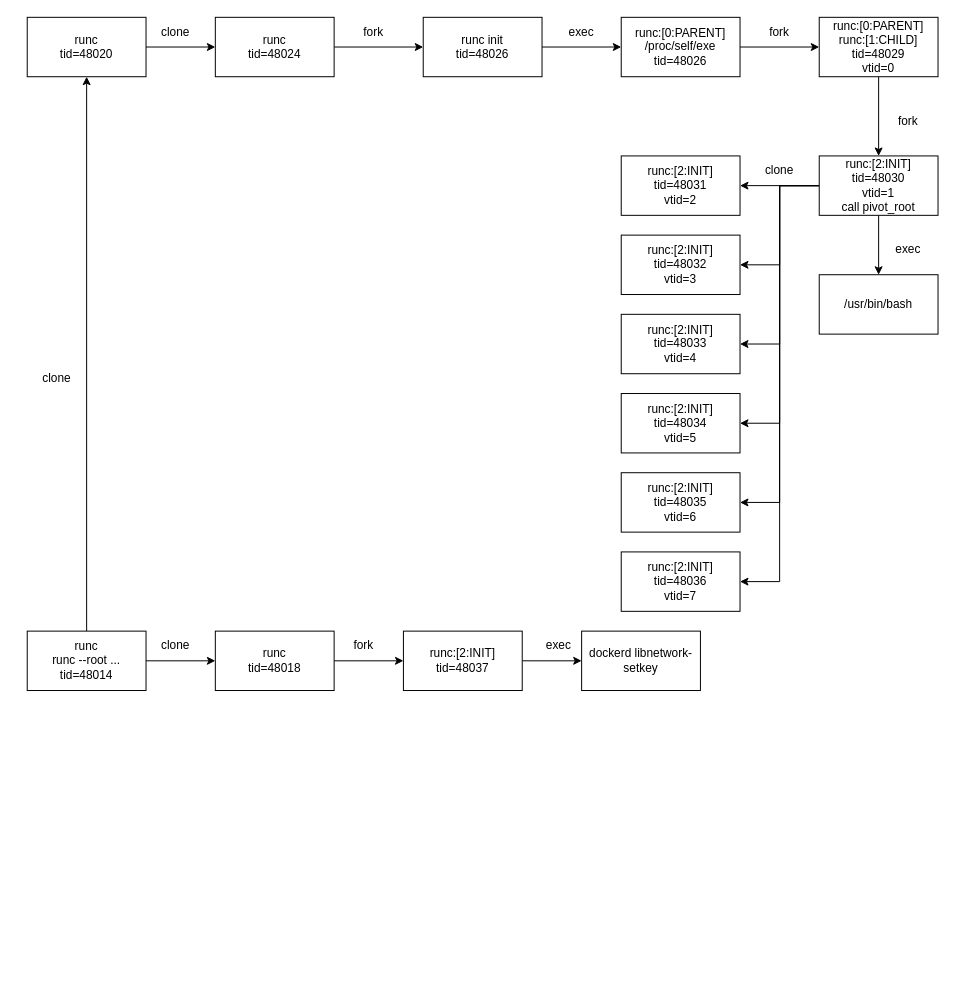
Above: 20211222/docker_run-runc.drawio in SericaLaw/images (draw.io), before the change. Source tidied: cells renumbered, new cells numbered last; positions are measured from the earlier drawing's top-left corner, leaving out a move shared by most shapes. Both pictures are drawn from the tidied source at 99%, with x=0, y=0 at pixel (27, 17).
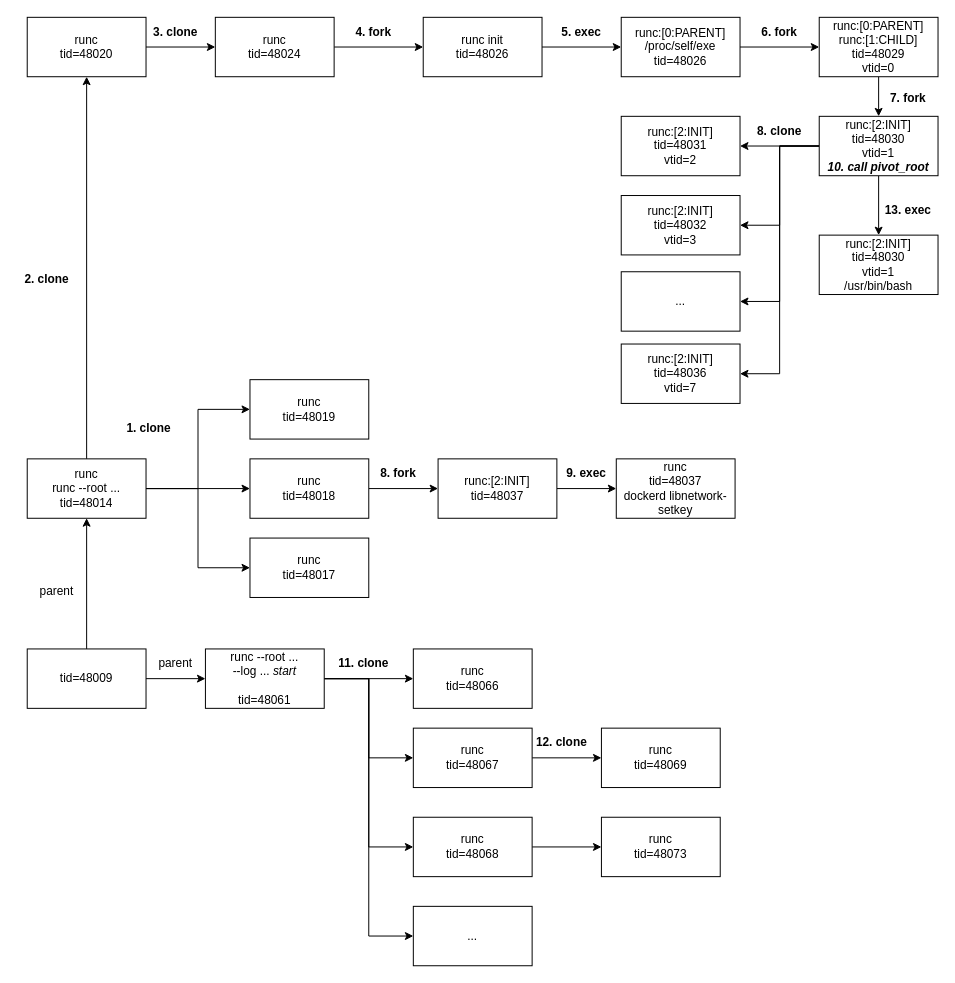
Above is the later version.

The edit, as a diff of the source:
```diff
@@
-    <mxCell id="6" value="fork" style="text;html=1;strokeColor=none;fillColor=none;align=center;verticalAlign=middle;whiteSpace=wrap;rounded=0;" parent="1" vertex="1">
+    <mxCell id="6" value="&lt;b&gt;4. fork&lt;/b&gt;" style="text;html=1;strokeColor=none;fillColor=none;align=center;verticalAlign=middle;whiteSpace=wrap;rounded=0;" parent="1" vertex="1">
       <mxGeometry x="320" width="60" height="30" as="geometry" />
     </mxCell>
@@
-    <mxCell id="13" style="edgeStyle=orthogonalEdgeStyle;rounded=0;jettySize=auto;html=1;exitX=0;exitY=0.5;exitDx=0;exitDy=0;entryX=1;entryY=0.5;entryDx=0;entryDy=0;" parent="1" edge="1" source="16" target="29">
-      <mxGeometry relative="1" as="geometry" />
-    </mxCell>
-    <mxCell id="14" style="edgeStyle=orthogonalEdgeStyle;rounded=0;jettySize=auto;html=1;exitX=0;exitY=0.5;exitDx=0;exitDy=0;entryX=1;entryY=0.5;entryDx=0;entryDy=0;" parent="1" edge="1" source="16" target="30">
-      <mxGeometry relative="1" as="geometry" />
-    </mxCell>
@@
-    <mxCell id="16" value="&lt;div class=&quot;okr-block-clipboard&quot;&gt;&lt;/div&gt;&lt;div&gt;&lt;div class=&quot;okr-block-clipboard&quot;&gt;&lt;/div&gt;&lt;div&gt;runc:[2:INIT]&lt;/div&gt;&lt;/div&gt;tid=&lt;span&gt;48030&lt;br&gt;vtid=1&lt;br&gt;call pivot_root&lt;br&gt;&lt;/span&gt;&lt;div class=&quot;okr-block-clipboard&quot;&gt;&lt;/div&gt;" style="rounded=0;whiteSpace=wrap;html=1;" parent="1" vertex="1">
-      <mxGeometry x="800" y="140" width="120" height="60" as="geometry" />
+    <mxCell id="16" value="&lt;div class=&quot;okr-block-clipboard&quot;&gt;&lt;/div&gt;&lt;div&gt;&lt;div class=&quot;okr-block-clipboard&quot;&gt;&lt;/div&gt;&lt;div&gt;runc:[2:INIT]&lt;/div&gt;&lt;/div&gt;tid=&lt;span&gt;48030&lt;br&gt;vtid=1&lt;br&gt;&lt;b&gt;&lt;i&gt;10. call pivot_root&lt;/i&gt;&lt;/b&gt;&lt;br&gt;&lt;/span&gt;&lt;div class=&quot;okr-block-clipboard&quot;&gt;&lt;/div&gt;" style="rounded=0;whiteSpace=wrap;html=1;" parent="1" vertex="1">
+      <mxGeometry x="800" y="100" width="120" height="60" as="geometry" />
     </mxCell>
@@
-    <mxCell id="21" value="exec" style="text;html=1;strokeColor=none;fillColor=none;align=center;verticalAlign=middle;whiteSpace=wrap;rounded=0;" parent="1" vertex="1">
+    <mxCell id="21" value="&lt;b&gt;5. exec&lt;/b&gt;" style="text;html=1;strokeColor=none;fillColor=none;align=center;verticalAlign=middle;whiteSpace=wrap;rounded=0;" parent="1" vertex="1">
       <mxGeometry x="530" width="60" height="30" as="geometry" />
     </mxCell>
-    <mxCell id="22" value="clone" style="text;html=1;strokeColor=none;fillColor=none;align=center;verticalAlign=middle;whiteSpace=wrap;rounded=0;" parent="1" vertex="1">
+    <mxCell id="22" value="&lt;b&gt;3. clone&lt;/b&gt;" style="text;html=1;strokeColor=none;fillColor=none;align=center;verticalAlign=middle;whiteSpace=wrap;rounded=0;" parent="1" vertex="1">
       <mxGeometry x="120" width="60" height="30" as="geometry" />
     </mxCell>
-    <mxCell id="23" value="fork" style="text;html=1;strokeColor=none;fillColor=none;align=center;verticalAlign=middle;whiteSpace=wrap;rounded=0;" parent="1" vertex="1">
+    <mxCell id="23" value="&lt;b&gt;6. fork&lt;/b&gt;" style="text;html=1;strokeColor=none;fillColor=none;align=center;verticalAlign=middle;whiteSpace=wrap;rounded=0;" parent="1" vertex="1">
       <mxGeometry x="730" width="60" height="30" as="geometry" />
     </mxCell>
-    <mxCell id="24" value="fork" style="text;html=1;strokeColor=none;fillColor=none;align=center;verticalAlign=middle;whiteSpace=wrap;rounded=0;" parent="1" vertex="1">
-      <mxGeometry x="860" y="90" width="60" height="30" as="geometry" />
+    <mxCell id="24" value="&lt;b&gt;7. fork&lt;/b&gt;" style="text;html=1;strokeColor=none;fillColor=none;align=center;verticalAlign=middle;whiteSpace=wrap;rounded=0;" parent="1" vertex="1">
+      <mxGeometry x="860" y="67" width="60" height="30" as="geometry" />
     </mxCell>
     <mxCell id="25" value="&lt;div class=&quot;okr-block-clipboard&quot;&gt;&lt;/div&gt;&lt;div&gt;&lt;div class=&quot;okr-block-clipboard&quot;&gt;&lt;/div&gt;&lt;div&gt;runc:[2:INIT]&lt;/div&gt;&lt;/div&gt;tid=&lt;span&gt;48031&lt;br&gt;vtid=2&lt;br&gt;&lt;/span&gt;&lt;div class=&quot;okr-block-clipboard&quot;&gt;&lt;/div&gt;" style="rounded=0;whiteSpace=wrap;html=1;" parent="1" vertex="1">
-      <mxGeometry x="600" y="140" width="120" height="60" as="geometry" />
+      <mxGeometry x="600" y="100" width="120" height="60" as="geometry" />
     </mxCell>
-    <mxCell id="26" value="clone" style="text;html=1;strokeColor=none;fillColor=none;align=center;verticalAlign=middle;whiteSpace=wrap;rounded=0;" parent="1" vertex="1">
-      <mxGeometry x="730" y="140" width="60" height="30" as="geometry" />
+    <mxCell id="26" value="&lt;b&gt;8. clone&lt;/b&gt;" style="text;html=1;strokeColor=none;fillColor=none;align=center;verticalAlign=middle;whiteSpace=wrap;rounded=0;" parent="1" vertex="1">
+      <mxGeometry x="730" y="100" width="60" height="30" as="geometry" />
     </mxCell>
     <mxCell id="27" value="&lt;div class=&quot;okr-block-clipboard&quot;&gt;&lt;/div&gt;&lt;div&gt;&lt;div class=&quot;okr-block-clipboard&quot;&gt;&lt;/div&gt;&lt;div&gt;runc:[2:INIT]&lt;/div&gt;&lt;/div&gt;tid=&lt;span&gt;48032&lt;br&gt;vtid=3&lt;br&gt;&lt;/span&gt;&lt;div class=&quot;okr-block-clipboard&quot;&gt;&lt;/div&gt;" style="rounded=0;whiteSpace=wrap;html=1;" parent="1" vertex="1">
-      <mxGeometry x="600" y="220" width="120" height="60" as="geometry" />
+      <mxGeometry x="600" y="180" width="120" height="60" as="geometry" />
     </mxCell>
-    <mxCell id="28" value="&lt;div class=&quot;okr-block-clipboard&quot;&gt;&lt;/div&gt;&lt;div&gt;&lt;div class=&quot;okr-block-clipboard&quot;&gt;&lt;/div&gt;&lt;div&gt;runc:[2:INIT]&lt;/div&gt;&lt;/div&gt;tid=&lt;span&gt;48033&lt;br&gt;vtid=4&lt;br&gt;&lt;/span&gt;&lt;div class=&quot;okr-block-clipboard&quot;&gt;&lt;/div&gt;" style="rounded=0;whiteSpace=wrap;html=1;" parent="1" vertex="1">
-      <mxGeometry x="600" y="300" width="120" height="60" as="geometry" />
+    <mxCell id="28" value="&lt;div class=&quot;okr-block-clipboard&quot;&gt;&lt;/div&gt;&lt;div&gt;&lt;div class=&quot;okr-block-clipboard&quot;&gt;&lt;/div&gt;&lt;div&gt;&lt;/div&gt;&lt;/div&gt;&lt;span&gt;...&lt;br&gt;&lt;/span&gt;&lt;div class=&quot;okr-block-clipboard&quot;&gt;&lt;/div&gt;" style="rounded=0;whiteSpace=wrap;html=1;" parent="1" vertex="1">
+      <mxGeometry x="600" y="257" width="120" height="60" as="geometry" />
     </mxCell>
-    <mxCell id="29" value="&lt;div class=&quot;okr-block-clipboard&quot;&gt;&lt;/div&gt;&lt;div&gt;&lt;div class=&quot;okr-block-clipboard&quot;&gt;&lt;/div&gt;&lt;div&gt;runc:[2:INIT]&lt;/div&gt;&lt;/div&gt;tid=&lt;span&gt;48034&lt;br&gt;vtid=5&lt;br&gt;&lt;/span&gt;&lt;div class=&quot;okr-block-clipboard&quot;&gt;&lt;/div&gt;" style="rounded=0;whiteSpace=wrap;html=1;" parent="1" vertex="1">
-      <mxGeometry x="600" y="380" width="120" height="60" as="geometry" />
-    </mxCell>
-    <mxCell id="30" value="&lt;div class=&quot;okr-block-clipboard&quot;&gt;&lt;/div&gt;&lt;div&gt;&lt;div class=&quot;okr-block-clipboard&quot;&gt;&lt;/div&gt;&lt;div&gt;runc:[2:INIT]&lt;/div&gt;&lt;/div&gt;tid=&lt;span&gt;48035&lt;br&gt;vtid=6&lt;br&gt;&lt;/span&gt;&lt;div class=&quot;okr-block-clipboard&quot;&gt;&lt;/div&gt;" style="rounded=0;whiteSpace=wrap;html=1;" parent="1" vertex="1">
-      <mxGeometry x="600" y="460" width="120" height="60" as="geometry" />
-    </mxCell>
     <mxCell id="31" value="&lt;div class=&quot;okr-block-clipboard&quot;&gt;&lt;/div&gt;&lt;div&gt;&lt;div class=&quot;okr-block-clipboard&quot;&gt;&lt;/div&gt;&lt;div&gt;runc:[2:INIT]&lt;/div&gt;&lt;/div&gt;tid=&lt;span&gt;48036&lt;br&gt;vtid=7&lt;br&gt;&lt;/span&gt;&lt;div class=&quot;okr-block-clipboard&quot;&gt;&lt;/div&gt;" style="rounded=0;whiteSpace=wrap;html=1;" parent="1" vertex="1">
-      <mxGeometry x="600" y="540" width="120" height="60" as="geometry" />
+      <mxGeometry x="600" y="330" width="120" height="60" as="geometry" />
     </mxCell>
@@
     <mxCell id="33" value="&lt;div class=&quot;okr-block-clipboard&quot;&gt;&lt;/div&gt;&lt;div&gt;&lt;div class=&quot;okr-block-clipboard&quot;&gt;&lt;/div&gt;&lt;div&gt;runc:[2:INIT]&lt;/div&gt;&lt;/div&gt;tid=&lt;span&gt;48037&lt;br&gt;&lt;/span&gt;&lt;div class=&quot;okr-block-clipboard&quot;&gt;&lt;/div&gt;" style="rounded=0;whiteSpace=wrap;html=1;" parent="1" vertex="1">
-      <mxGeometry x="380" y="620" width="120" height="60" as="geometry" />
+      <mxGeometry x="415" y="446" width="120" height="60" as="geometry" />
     </mxCell>
-    <mxCell id="34" value="dockerd libnetwork-setkey" style="rounded=0;whiteSpace=wrap;html=1;" parent="1" vertex="1">
-      <mxGeometry x="560" y="620" width="120" height="60" as="geometry" />
+    <mxCell id="34" value="&lt;div&gt;runc&lt;/div&gt;tid=48037&lt;br&gt;dockerd libnetwork-setkey" style="rounded=0;whiteSpace=wrap;html=1;" parent="1" vertex="1">
+      <mxGeometry x="595" y="446" width="120" height="60" as="geometry" />
     </mxCell>
-    <mxCell id="35" value="exec" style="text;html=1;strokeColor=none;fillColor=none;align=center;verticalAlign=middle;whiteSpace=wrap;rounded=0;" parent="1" vertex="1">
-      <mxGeometry x="507" y="620" width="60" height="30" as="geometry" />
+    <mxCell id="35" value="&lt;b&gt;9. exec&lt;/b&gt;" style="text;html=1;strokeColor=none;fillColor=none;align=center;verticalAlign=middle;whiteSpace=wrap;rounded=0;" parent="1" vertex="1">
+      <mxGeometry x="535" y="446" width="60" height="30" as="geometry" />
     </mxCell>
@@
     <mxCell id="37" value="&lt;div class=&quot;okr-block-clipboard&quot;&gt;&lt;/div&gt;&lt;div&gt;&lt;div class=&quot;okr-block-clipboard&quot;&gt;&lt;/div&gt;&lt;div&gt;runc&lt;/div&gt;&lt;/div&gt;tid=&lt;span&gt;48018&lt;br&gt;&lt;/span&gt;&lt;div class=&quot;okr-block-clipboard&quot;&gt;&lt;/div&gt;" style="rounded=0;whiteSpace=wrap;html=1;" parent="1" vertex="1">
-      <mxGeometry x="190" y="620" width="120" height="60" as="geometry" />
+      <mxGeometry x="225" y="446" width="120" height="60" as="geometry" />
     </mxCell>
-    <mxCell id="38" value="fork" style="text;html=1;strokeColor=none;fillColor=none;align=center;verticalAlign=middle;whiteSpace=wrap;rounded=0;" parent="1" vertex="1">
-      <mxGeometry x="310" y="620" width="60" height="30" as="geometry" />
+    <mxCell id="38" value="&lt;b&gt;8. fork&lt;/b&gt;" style="text;html=1;strokeColor=none;fillColor=none;align=center;verticalAlign=middle;whiteSpace=wrap;rounded=0;" parent="1" vertex="1">
+      <mxGeometry x="345" y="446" width="60" height="30" as="geometry" />
     </mxCell>
-    <mxCell id="39" value="/usr/bin/bash" style="rounded=0;whiteSpace=wrap;html=1;" parent="1" vertex="1">
-      <mxGeometry x="800" y="260" width="120" height="60" as="geometry" />
+    <mxCell id="39" value="&lt;div&gt;runc:[2:INIT]&lt;/div&gt;tid=48030&lt;br&gt;vtid=1&lt;br&gt;/usr/bin/bash" style="rounded=0;whiteSpace=wrap;html=1;" parent="1" vertex="1">
+      <mxGeometry x="800" y="220" width="120" height="60" as="geometry" />
     </mxCell>
-    <mxCell id="40" value="exec" style="text;html=1;strokeColor=none;fillColor=none;align=center;verticalAlign=middle;whiteSpace=wrap;rounded=0;" parent="1" vertex="1">
-      <mxGeometry x="860" y="220" width="60" height="30" as="geometry" />
+    <mxCell id="40" value="&lt;b&gt;13. exec&lt;/b&gt;" style="text;html=1;strokeColor=none;fillColor=none;align=center;verticalAlign=middle;whiteSpace=wrap;rounded=0;" parent="1" vertex="1">
+      <mxGeometry x="860" y="180" width="60" height="30" as="geometry" />
     </mxCell>
@@
+    <mxCell id="46" style="edgeStyle=orthogonalEdgeStyle;rounded=0;jettySize=auto;html=1;exitX=1;exitY=0.5;exitDx=0;exitDy=0;entryX=0;entryY=0.5;entryDx=0;entryDy=0;" parent="1" edge="1" source="43" target="49">
+      <mxGeometry relative="1" as="geometry" />
+    </mxCell>
+    <mxCell id="47" style="edgeStyle=orthogonalEdgeStyle;rounded=0;jettySize=auto;html=1;exitX=1;exitY=0.5;exitDx=0;exitDy=0;entryX=0;entryY=0.5;entryDx=0;entryDy=0;" parent="1" edge="1" source="43" target="48">
+      <mxGeometry relative="1" as="geometry" />
+    </mxCell>
     <mxCell id="43" value="&lt;div class=&quot;okr-block-clipboard&quot;&gt;&lt;/div&gt;&lt;div&gt;&lt;div class=&quot;okr-block-clipboard&quot;&gt;&lt;/div&gt;&lt;div&gt;runc&lt;/div&gt;&lt;/div&gt;&lt;div&gt;runc --root ...&lt;/div&gt;tid=&lt;span&gt;48014&lt;br&gt;&lt;/span&gt;&lt;div class=&quot;okr-block-clipboard&quot;&gt;&lt;/div&gt;" style="rounded=0;whiteSpace=wrap;html=1;" parent="1" vertex="1">
-      <mxGeometry y="620" width="120" height="60" as="geometry" />
+      <mxGeometry y="446" width="120" height="60" as="geometry" />
     </mxCell>
-    <mxCell id="44" value="clone" style="text;html=1;strokeColor=none;fillColor=none;align=center;verticalAlign=middle;whiteSpace=wrap;rounded=0;" parent="1" vertex="1">
-      <mxGeometry x="120" y="620" width="60" height="30" as="geometry" />
+    <mxCell id="44" value="&lt;b&gt;1. clone&lt;/b&gt;" style="text;html=1;strokeColor=none;fillColor=none;align=center;verticalAlign=middle;whiteSpace=wrap;rounded=0;" parent="1" vertex="1">
+      <mxGeometry x="93" y="400" width="60" height="30" as="geometry" />
     </mxCell>
-    <mxCell id="45" value="clone" style="text;html=1;strokeColor=none;fillColor=none;align=center;verticalAlign=middle;whiteSpace=wrap;rounded=0;" parent="1" vertex="1">
-      <mxGeometry y="350" width="60" height="30" as="geometry" />
+    <mxCell id="45" value="&lt;b&gt;2. clone&lt;/b&gt;" style="text;html=1;strokeColor=none;fillColor=none;align=center;verticalAlign=middle;whiteSpace=wrap;rounded=0;" parent="1" vertex="1">
+      <mxGeometry x="-10" y="250" width="60" height="30" as="geometry" />
     </mxCell>
+    <mxCell id="48" value="&lt;div class=&quot;okr-block-clipboard&quot;&gt;&lt;/div&gt;&lt;div&gt;&lt;div class=&quot;okr-block-clipboard&quot;&gt;&lt;/div&gt;&lt;div&gt;runc&lt;/div&gt;&lt;/div&gt;tid=&lt;span&gt;48019&lt;br&gt;&lt;/span&gt;&lt;div class=&quot;okr-block-clipboard&quot;&gt;&lt;/div&gt;" style="rounded=0;whiteSpace=wrap;html=1;" parent="1" vertex="1">
+      <mxGeometry x="225" y="366" width="120" height="60" as="geometry" />
+    </mxCell>
+    <mxCell id="49" value="&lt;div class=&quot;okr-block-clipboard&quot;&gt;&lt;/div&gt;&lt;div&gt;&lt;div class=&quot;okr-block-clipboard&quot;&gt;&lt;/div&gt;&lt;div&gt;runc&lt;/div&gt;&lt;/div&gt;tid=&lt;span&gt;48017&lt;br&gt;&lt;/span&gt;&lt;div class=&quot;okr-block-clipboard&quot;&gt;&lt;/div&gt;" style="rounded=0;whiteSpace=wrap;html=1;" parent="1" vertex="1">
+      <mxGeometry x="225" y="526" width="120" height="60" as="geometry" />
+    </mxCell>
+    <mxCell id="50" style="edgeStyle=orthogonalEdgeStyle;rounded=0;jettySize=auto;html=1;exitX=1;exitY=0.5;exitDx=0;exitDy=0;entryX=0;entryY=0.5;entryDx=0;entryDy=0;" parent="1" edge="1" source="52" target="57">
+      <mxGeometry relative="1" as="geometry" />
+    </mxCell>
+    <mxCell id="51" style="edgeStyle=orthogonalEdgeStyle;rounded=0;jettySize=auto;html=1;exitX=0.5;exitY=0;exitDx=0;exitDy=0;entryX=0.5;entryY=1;entryDx=0;entryDy=0;" parent="1" edge="1" source="52" target="43">
+      <mxGeometry relative="1" as="geometry" />
+    </mxCell>
+    <mxCell id="52" value="tid=48009" style="rounded=0;whiteSpace=wrap;html=1;" parent="1" vertex="1">
+      <mxGeometry y="638" width="120" height="60" as="geometry" />
+    </mxCell>
+    <mxCell id="53" style="edgeStyle=orthogonalEdgeStyle;rounded=0;jettySize=auto;html=1;exitX=1;exitY=0.5;exitDx=0;exitDy=0;entryX=0;entryY=0.5;entryDx=0;entryDy=0;" parent="1" edge="1" source="57" target="58">
+      <mxGeometry relative="1" as="geometry" />
+    </mxCell>
+    <mxCell id="54" style="edgeStyle=orthogonalEdgeStyle;rounded=0;jettySize=auto;html=1;exitX=1;exitY=0.5;exitDx=0;exitDy=0;entryX=0;entryY=0.5;entryDx=0;entryDy=0;" parent="1" edge="1" source="57" target="60">
+      <mxGeometry relative="1" as="geometry" />
+    </mxCell>
+    <mxCell id="55" style="edgeStyle=orthogonalEdgeStyle;rounded=0;jettySize=auto;html=1;exitX=1;exitY=0.5;exitDx=0;exitDy=0;entryX=0;entryY=0.5;entryDx=0;entryDy=0;" parent="1" edge="1" source="57" target="62">
+      <mxGeometry relative="1" as="geometry" />
+    </mxCell>
+    <mxCell id="56" style="edgeStyle=orthogonalEdgeStyle;rounded=0;jettySize=auto;html=1;exitX=1;exitY=0.5;exitDx=0;exitDy=0;entryX=0;entryY=0.5;entryDx=0;entryDy=0;" parent="1" edge="1" source="57" target="64">
+      <mxGeometry relative="1" as="geometry" />
+    </mxCell>
+    <mxCell id="57" value="runc --root ... &lt;br&gt;--log ... &lt;i&gt;start&lt;/i&gt;&lt;br&gt;&lt;br&gt;tid=48061" style="rounded=0;whiteSpace=wrap;html=1;" parent="1" vertex="1">
+      <mxGeometry x="180" y="638" width="120" height="60" as="geometry" />
+    </mxCell>
+    <mxCell id="58" value="runc&lt;br&gt;tid=48066" style="rounded=0;whiteSpace=wrap;html=1;" parent="1" vertex="1">
+      <mxGeometry x="390" y="638" width="120" height="60" as="geometry" />
+    </mxCell>
+    <mxCell id="59" style="edgeStyle=orthogonalEdgeStyle;rounded=0;jettySize=auto;html=1;exitX=1;exitY=0.5;exitDx=0;exitDy=0;entryX=0;entryY=0.5;entryDx=0;entryDy=0;" parent="1" edge="1" source="60" target="63">
+      <mxGeometry relative="1" as="geometry" />
+    </mxCell>
+    <mxCell id="60" value="runc&lt;br&gt;tid=48067" style="rounded=0;whiteSpace=wrap;html=1;" parent="1" vertex="1">
+      <mxGeometry x="390" y="718" width="120" height="60" as="geometry" />
+    </mxCell>
+    <mxCell id="61" style="edgeStyle=orthogonalEdgeStyle;rounded=0;jettySize=auto;html=1;exitX=1;exitY=0.5;exitDx=0;exitDy=0;entryX=0;entryY=0.5;entryDx=0;entryDy=0;" parent="1" edge="1" source="62" target="65">
+      <mxGeometry relative="1" as="geometry" />
+    </mxCell>
+    <mxCell id="62" value="runc&lt;br&gt;tid=48068" style="rounded=0;whiteSpace=wrap;html=1;" parent="1" vertex="1">
+      <mxGeometry x="390" y="808" width="120" height="60" as="geometry" />
+    </mxCell>
+    <mxCell id="63" value="runc&lt;br&gt;tid=48069" style="rounded=0;whiteSpace=wrap;html=1;" parent="1" vertex="1">
+      <mxGeometry x="580" y="718" width="120" height="60" as="geometry" />
+    </mxCell>
+    <mxCell id="64" value="..." style="rounded=0;whiteSpace=wrap;html=1;" parent="1" vertex="1">
+      <mxGeometry x="390" y="898" width="120" height="60" as="geometry" />
+    </mxCell>
+    <mxCell id="65" value="runc&lt;br&gt;tid=48073" style="rounded=0;whiteSpace=wrap;html=1;" parent="1" vertex="1">
+      <mxGeometry x="580" y="808" width="120" height="60" as="geometry" />
+    </mxCell>
+    <mxCell id="66" value="parent" style="text;html=1;strokeColor=none;fillColor=none;align=center;verticalAlign=middle;whiteSpace=wrap;rounded=0;" parent="1" vertex="1">
+      <mxGeometry y="565" width="60" height="30" as="geometry" />
+    </mxCell>
+    <mxCell id="67" value="parent" style="text;html=1;strokeColor=none;fillColor=none;align=center;verticalAlign=middle;whiteSpace=wrap;rounded=0;" parent="1" vertex="1">
+      <mxGeometry x="120" y="638" width="60" height="30" as="geometry" />
+    </mxCell>
+    <mxCell id="68" value="&lt;b&gt;11. clone&lt;/b&gt;" style="text;html=1;strokeColor=none;fillColor=none;align=center;verticalAlign=middle;whiteSpace=wrap;rounded=0;" parent="1" vertex="1">
+      <mxGeometry x="310" y="638" width="60" height="30" as="geometry" />
+    </mxCell>
+    <mxCell id="69" value="&lt;b&gt;12. clone&lt;/b&gt;" style="text;html=1;strokeColor=none;fillColor=none;align=center;verticalAlign=middle;whiteSpace=wrap;rounded=0;" parent="1" vertex="1">
+      <mxGeometry x="510" y="718" width="60" height="30" as="geometry" />
+    </mxCell>
```
